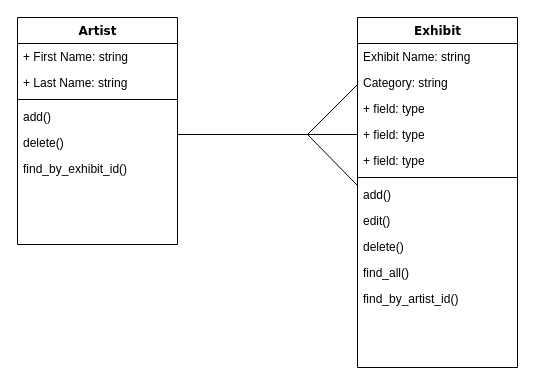
This is Class_Diagram.drawio from nwmclaren/CC_Project_1_Diagrams, a draw.io file, before an edit. Source tidied: cells renumbered, new cells numbered last; positions are measured from the earlier drawing's top-left corner, leaving out a move shared by most shapes. Both pictures are drawn from the tidied source at 100%, with x=0, y=0 at pixel (17, 17).
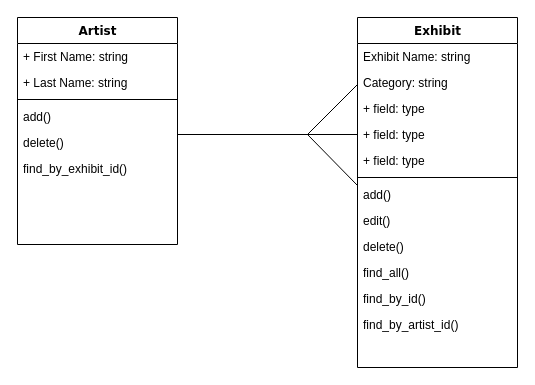
The same page after the edit.

The change refers to these unchanged cells:
```xml
<mxCell id="9" value="Exhibit" style="swimlane;html=1;fontStyle=1;align=center;verticalAlign=top;horizontal=1;startSize=26;swimlaneFillColor=#ffffff;rounded=0;shadow=0;comic=0;labelBackgroundColor=none;strokeColor=#000000;strokeWidth=1;fillColor=none;fontFamily=Verdana;fontSize=12;fontColor=#000000;" parent="1" vertex="1">
  <mxGeometry x="340" width="160" height="350" as="geometry" />
</mxCell>
```

The edit, as a diff of the source:
```diff
@@
-    <mxCell id="20" value="find_by_artist_id()" style="text;html=1;strokeColor=none;fillColor=none;align=left;verticalAlign=top;spacingLeft=4;spacingRight=4;whiteSpace=wrap;overflow=hidden;" parent="9" vertex="1">
+    <mxCell id="20" value="find_by_id()" style="text;html=1;strokeColor=none;fillColor=none;align=left;verticalAlign=top;spacingLeft=4;spacingRight=4;whiteSpace=wrap;overflow=hidden;" parent="9" vertex="1">
       <mxGeometry y="268" width="160" height="26" as="geometry" />
     </mxCell>
+    <mxCell id="24" value="find_by_artist_id()" style="text;html=1;strokeColor=none;fillColor=none;align=left;verticalAlign=top;spacingLeft=4;spacingRight=4;whiteSpace=wrap;overflow=hidden;" parent="9" vertex="1">
+      <mxGeometry y="294" width="160" height="26" as="geometry" />
+    </mxCell>
```
